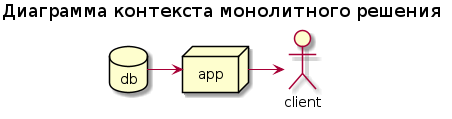
Yurtaevtv/architector-pro-warmhouse keeps this PlantUML diagram as schemas/context/monolit.png. Above is the earlier version. Its source is kept beside it as schemas/context/monolit.puml.
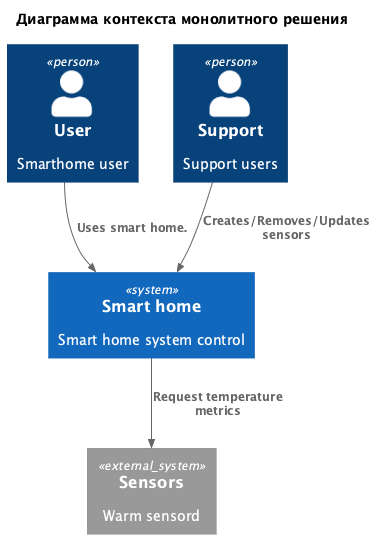
After the change.

The edit, as a diff of the source:
```diff
@@ -7,11 +7,13 @@
 !includeurl https://raw.githubusercontent.com/RicardoNiepel/C4-PlantUML/master/C4_Component.puml
 
 Person(user, "User", "Smarthome user")
+Person(support, "Support", "Support users")
 System(SmartHome, "Smart home", "Smart home system control")
 System_Ext(sensors, "Sensors", "Warm sensord")
 
 
 Rel(SmartHome, sensors,  "Request temperature metrics")
 Rel(user, SmartHome,  "Uses smart home. ")
+Rel(support, SmartHome,  "Creates/Removes/Updates sensors")
 
 @enduml
```
